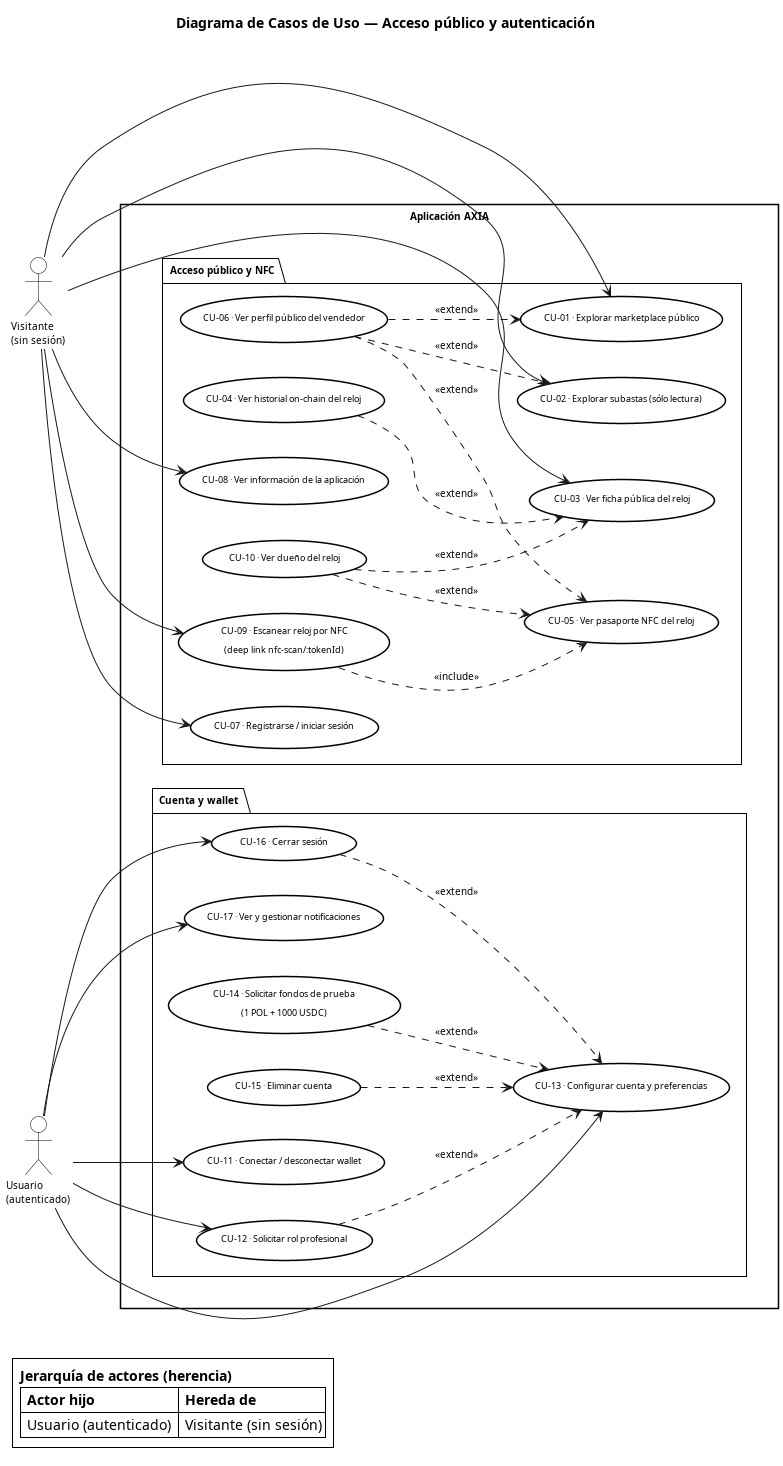
This is docs/diagramas/CU_Aplicacion_1_Publico.png from carlosherrerog/AXIA, a PlantUML export, as it was before one commit.
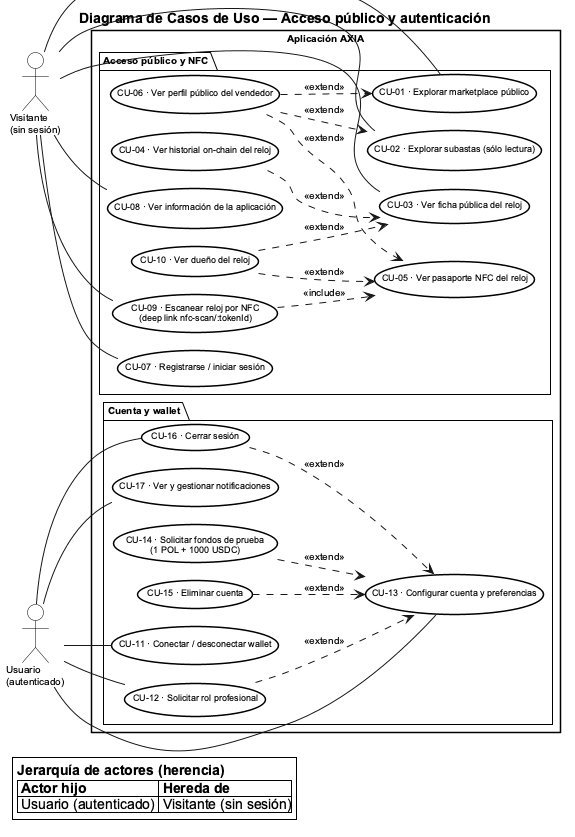
After the change.

What changed in the source:
```diff
@@ -1,4 +1,5 @@
 @startuml CU_Aplicacion_1_Publico
+!pragma layout smetana
 
 title Diagrama de Casos de Uso — Acceso público y autenticación
 
@@ -8,7 +9,6 @@
 skinparam shadowing false
 skinparam roundCorner 0
 skinparam backgroundColor #FFFFFF
-skinparam Padding 3
 
 skinparam actor {
   BackgroundColor #FFFFFF
@@ -85,18 +85,18 @@
   CU_16 .d.> CU_13 : <<extend>>
 }
 
-Vis  --> CU_01
-Vis  --> CU_02
-Vis  --> CU_03
-Vis  --> CU_07
-Vis  --> CU_08
-Vis  --> CU_09
+Vis  -- CU_01
+Vis  -- CU_02
+Vis  -- CU_03
+Vis  -- CU_07
+Vis  -- CU_08
+Vis  -- CU_09
 
-Auth --> CU_11
-Auth --> CU_12
-Auth --> CU_13
-Auth --> CU_16
-Auth --> CU_17
+Auth -- CU_11
+Auth -- CU_12
+Auth -- CU_13
+Auth -- CU_16
+Auth -- CU_17
 
 legend bottom left
   <b>Jerarquía de actores (herencia)</b>
```
